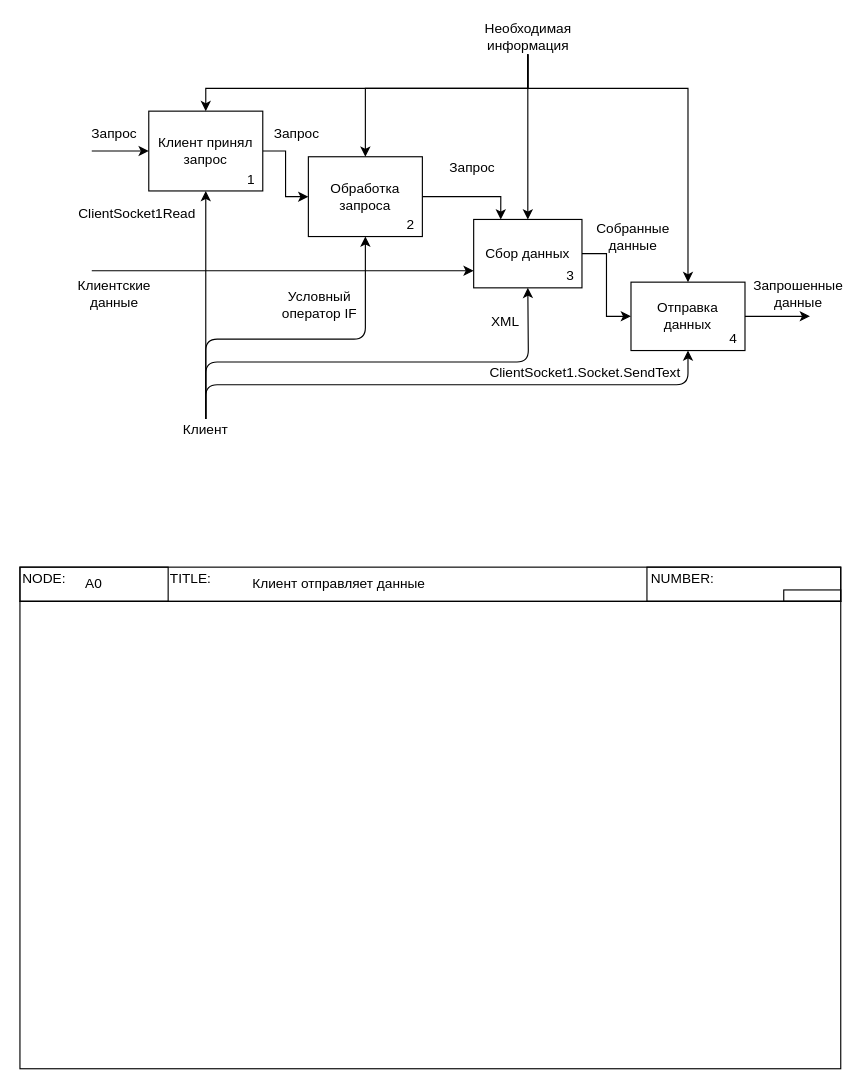
Above: Клиент отправляет данные.drawio in OhotnikovV/AvIS (draw.io), before the change. Source tidied: cells renumbered, new cells numbered last; positions are measured from the earlier drawing's top-left corner, leaving out a move shared by most shapes. Both pictures are drawn from the tidied source at 114%, with x=0, y=0 at pixel (19, 19).
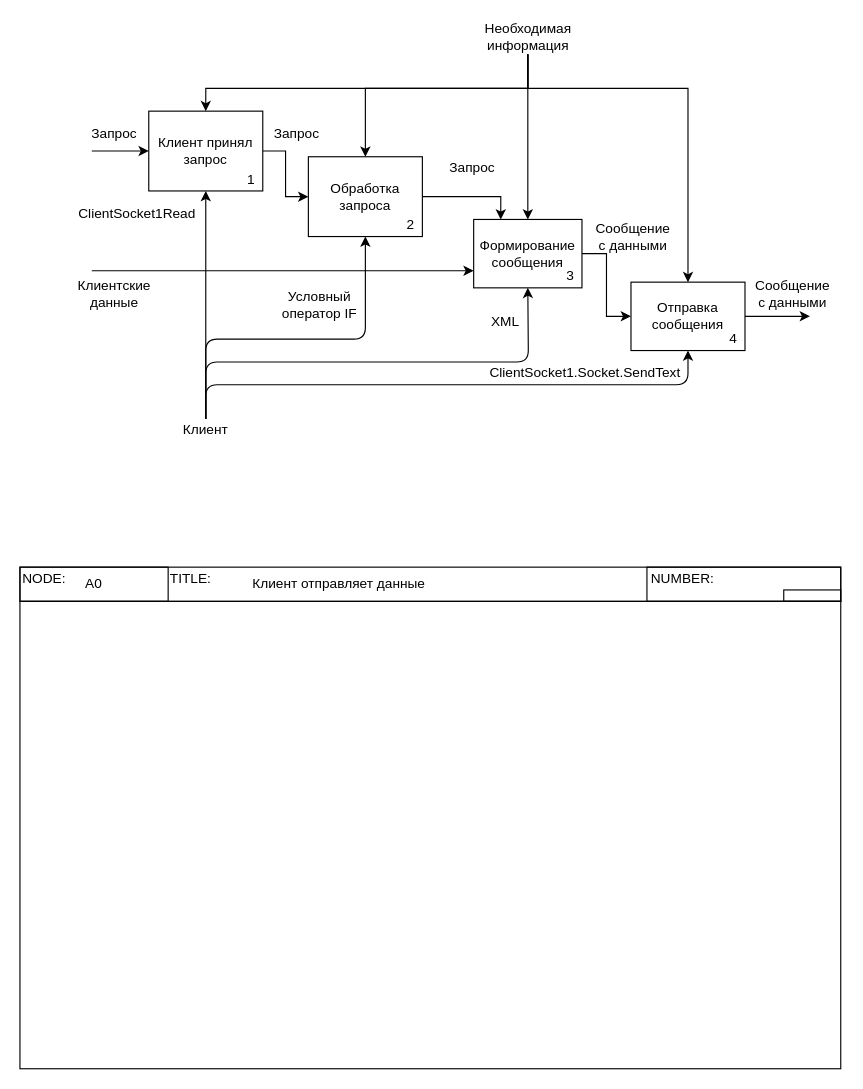
The same page after the edit.

Diff of the diagram source:
```diff
@@
-    <mxCell id="6" value="Сбор данных" style="rounded=0;whiteSpace=wrap;html=1;" parent="1" vertex="1">
+    <mxCell id="6" value="Формирование сообщения" style="rounded=0;whiteSpace=wrap;html=1;" parent="1" vertex="1">
       <mxGeometry x="398" y="175" width="95" height="60" as="geometry" />
     </mxCell>
@@
-    <mxCell id="9" value="Отправка данных" style="rounded=0;whiteSpace=wrap;html=1;" parent="1" vertex="1">
+    <mxCell id="9" value="Отправка сообщения" style="rounded=0;whiteSpace=wrap;html=1;" parent="1" vertex="1">
       <mxGeometry x="536" y="230" width="100" height="60" as="geometry" />
     </mxCell>
@@
-    <mxCell id="13" value="Собранные данные" style="text;html=1;strokeColor=none;fillColor=none;align=center;verticalAlign=middle;whiteSpace=wrap;rounded=0;" parent="1" vertex="1">
+    <mxCell id="13" value="Сообщение с данными" style="text;html=1;strokeColor=none;fillColor=none;align=center;verticalAlign=middle;whiteSpace=wrap;rounded=0;" parent="1" vertex="1">
       <mxGeometry x="503" y="175" width="70" height="30" as="geometry" />
     </mxCell>
@@
-    <mxCell id="16" value="Запрошенные данные" style="text;html=1;strokeColor=none;fillColor=none;align=center;verticalAlign=middle;whiteSpace=wrap;rounded=0;" parent="1" vertex="1">
-      <mxGeometry x="663" y="230" width="40" height="20" as="geometry" />
-    </mxCell>
@@
+    <mxCell id="46" value="Сообщение с данными" style="text;html=1;strokeColor=none;fillColor=none;align=center;verticalAlign=middle;whiteSpace=wrap;rounded=0;" parent="1" vertex="1">
+      <mxGeometry x="643" y="225" width="70" height="30" as="geometry" />
+    </mxCell>
```
